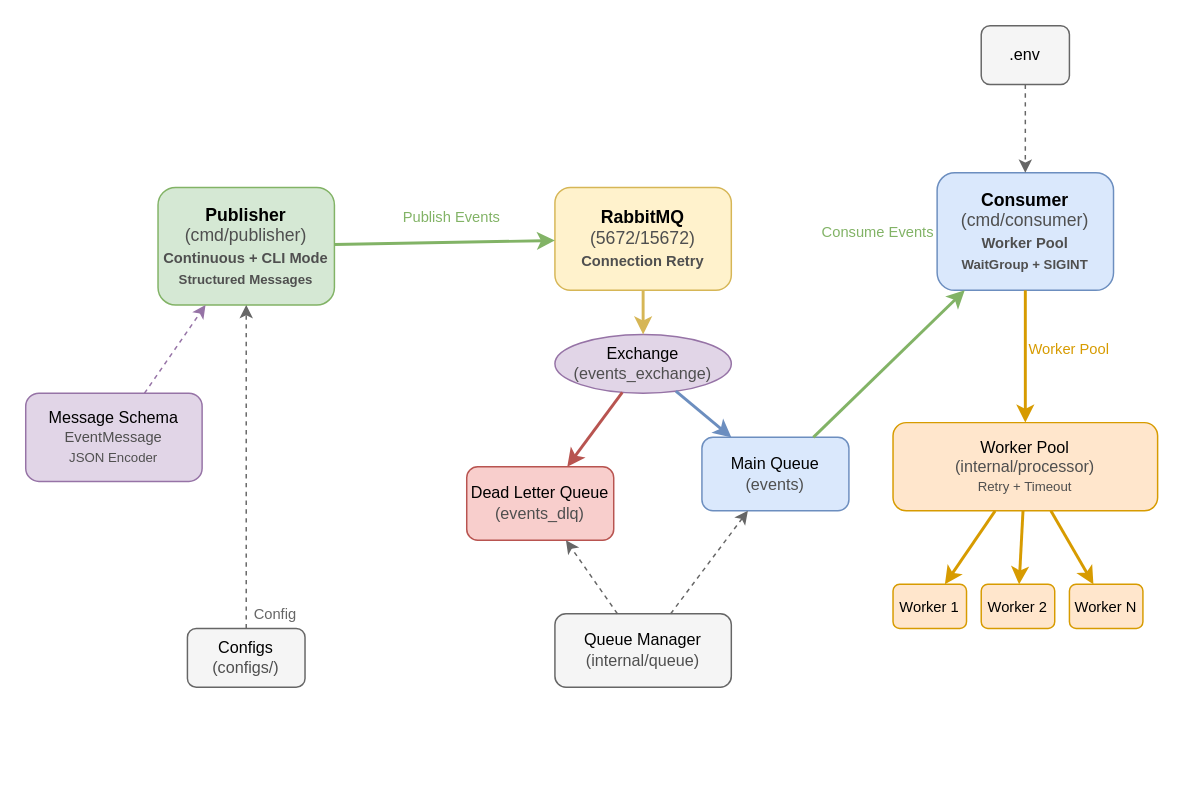
Earlier version of the draw.io diagram docs/architecture.drawio (lorenaziviani/go_hopper). Source tidied: cells renumbered, new cells numbered last; positions are measured from the earlier drawing's top-left corner, leaving out a move shared by most shapes. Both pictures are drawn from the tidied source at 147%, with x=0, y=0 at pixel (25, 25).
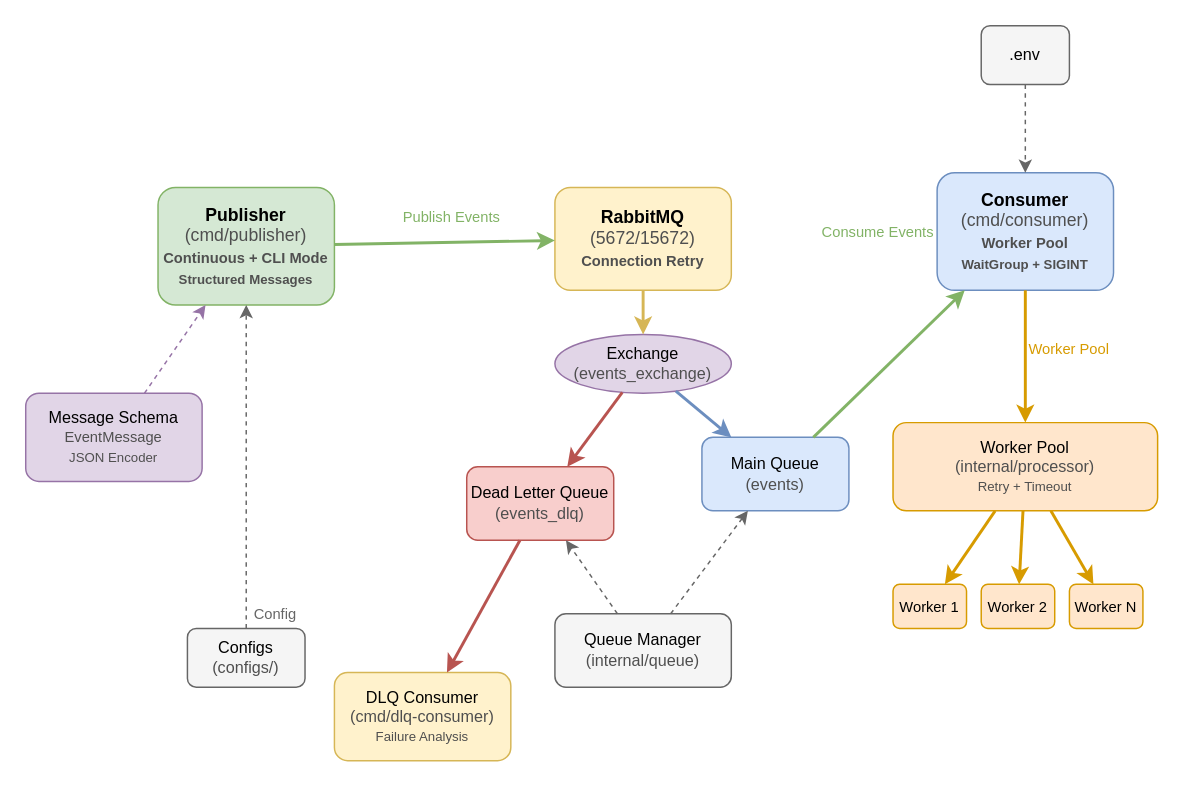
After the change.

Commit message (it also covers changes not shown here):
feat(consumer): add DLQ for failed events

The change refers to these unchanged cells:
```xml
<mxCell id="6" value="Dead Letter Queue&lt;br&gt;&lt;font style=&quot;color: rgb(79, 79, 79);&quot;&gt;(events_dlq)&lt;/font&gt;" style="rounded=1;whiteSpace=wrap;html=1;fillColor=#f8cecc;strokeColor=#b85450;fontSize=11;" parent="1" vertex="1">
  <mxGeometry x="300" y="300" width="100" height="50" as="geometry" />
</mxCell>
```

What changed in the source:
```diff
@@
+    <mxCell id="34" value="DLQ Consumer&lt;br&gt;&lt;font style=&quot;color: rgb(79, 79, 79);&quot;&gt;(cmd/dlq-consumer)&lt;/font&gt;&lt;br&gt;&lt;font style=&quot;color: rgb(79, 79, 79); font-size: 9px;&quot;&gt;Failure Analysis&lt;/font&gt;" style="rounded=1;whiteSpace=wrap;html=1;fillColor=#fff2cc;strokeColor=#d6b656;fontSize=11;" parent="1" vertex="1">
+      <mxGeometry x="210" y="440" width="120" height="60" as="geometry" />
+    </mxCell>
@@
+    <mxCell id="35" style="endArrow=classic;html=1;rounded=0;strokeWidth=2;strokeColor=#b85450;" parent="1" edge="1" source="6" target="34">
+      <mxGeometry relative="1" as="geometry" />
+    </mxCell>
```
